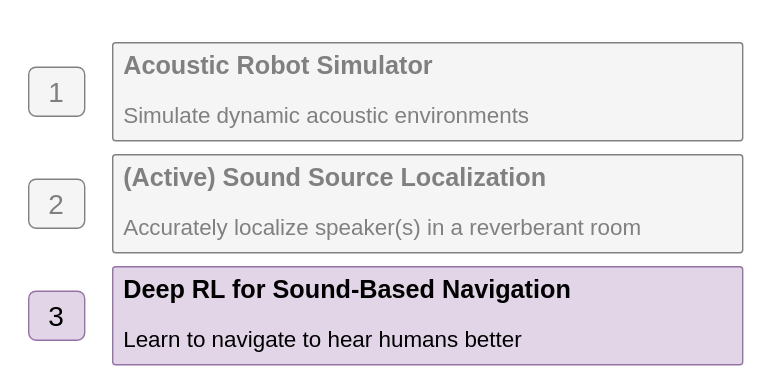
GaetanLepage/phd_defense_slides keeps this draw.io diagram as slides/4_rl/figures/outline.svg. Above is the earlier version. Source tidied: cells renumbered, new cells last; positions are measured from the earlier drawing's top-left corner, leaving out a move shared by most shapes. Source of this version:
```xml
<mxGraphModel>
  <root>
    <mxCell id="0" />
    <mxCell id="1" parent="0" />
    <mxCell id="2" style="rounded=0;whiteSpace=wrap;html=1;fontColor=default;fillColor=none;strokeColor=none;" parent="1" vertex="1">
      <mxGeometry width="560" height="280" as="geometry" />
    </mxCell>
    <mxCell id="3" value="&lt;b&gt;&lt;font style=&quot;font-size: 18px;&quot;&gt;Acoustic Robot Simulator&lt;br&gt;&lt;/font&gt;&lt;/b&gt;&lt;br&gt;&lt;font style=&quot;font-size: 16px;&quot;&gt;Simulate dynamic acoustic environments&lt;/font&gt;" style="rounded=1;whiteSpace=wrap;html=1;arcSize=3;align=left;verticalAlign=top;spacingTop=0;spacingLeft=6;fillColor=#f5f5f5;strokeColor=#808080;fontColor=#808080;" parent="1" vertex="1">
      <mxGeometry x="80" y="30" width="450" height="70" as="geometry" />
    </mxCell>
    <mxCell id="4" value="&lt;span style=&quot;font-size: 18px;&quot;&gt;&lt;b&gt;(Active) Sound Source Localization&lt;/b&gt;&lt;/span&gt;&lt;br&gt;&lt;font style=&quot;&quot;&gt;&lt;br&gt;&lt;font style=&quot;font-size: 16px;&quot;&gt;Accurately localize speaker(s) in a reverberant room&lt;/font&gt;&lt;/font&gt;" style="rounded=1;whiteSpace=wrap;html=1;arcSize=3;align=left;verticalAlign=top;spacingTop=0;spacingLeft=6;fillColor=#f5f5f5;strokeColor=#808080;fontColor=#808080;" parent="1" vertex="1">
      <mxGeometry x="80" y="110" width="450" height="70" as="geometry" />
    </mxCell>
    <mxCell id="5" value="&lt;span style=&quot;font-size: 18px;&quot;&gt;&lt;b&gt;Deep RL for Sound-Based Navigation&lt;/b&gt;&lt;/span&gt;&lt;br&gt;&lt;font style=&quot;&quot;&gt;&lt;br&gt;&lt;font style=&quot;font-size: 16px;&quot;&gt;Learn to navigate to hear humans better&lt;/font&gt;&lt;/font&gt;" style="rounded=1;whiteSpace=wrap;html=1;arcSize=3;align=left;verticalAlign=top;spacingTop=0;spacingLeft=6;fillColor=#e1d5e7;strokeColor=#9673a6;" parent="1" vertex="1">
      <mxGeometry x="80" y="190" width="450" height="70" as="geometry" />
    </mxCell>
    <mxCell id="6" value="1" style="rounded=1;whiteSpace=wrap;html=1;fontSize=20;fillColor=#f5f5f5;strokeColor=#808080;fontColor=#808080;" parent="1" vertex="1">
      <mxGeometry x="20" y="47.5" width="40" height="35" as="geometry" />
    </mxCell>
    <mxCell id="7" value="2" style="rounded=1;whiteSpace=wrap;html=1;fontSize=20;fillColor=#f5f5f5;strokeColor=#808080;fontColor=#808080;" parent="1" vertex="1">
      <mxGeometry x="20" y="127.5" width="40" height="35" as="geometry" />
    </mxCell>
    <mxCell id="8" value="3" style="rounded=1;whiteSpace=wrap;html=1;fontSize=20;fillColor=#e1d5e7;strokeColor=#9673a6;" parent="1" vertex="1">
      <mxGeometry x="20" y="207.5" width="40" height="35" as="geometry" />
    </mxCell>
  </root>
</mxGraphModel>
```
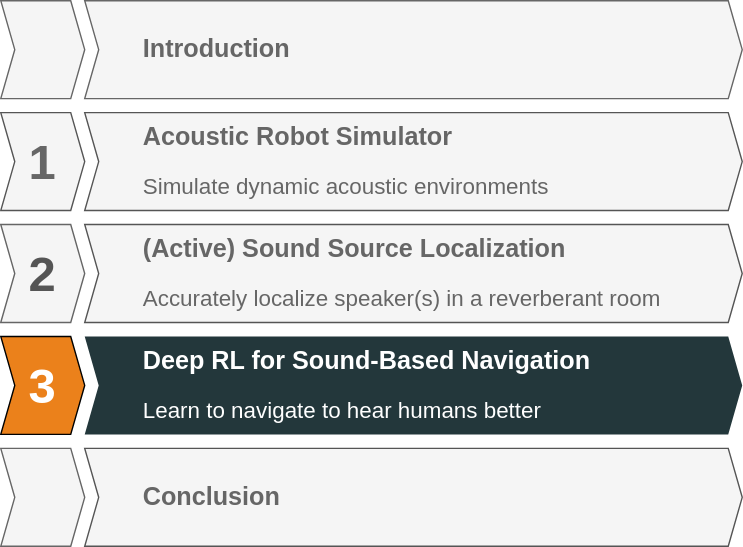
After the commit.

Diff of the diagram source:
```diff
@@ -2,26 +2,50 @@
   <root>
     <mxCell id="0" />
     <mxCell id="1" parent="0" />
-    <mxCell id="2" style="rounded=0;whiteSpace=wrap;html=1;fontColor=default;fillColor=none;strokeColor=none;" parent="1" vertex="1">
-      <mxGeometry width="560" height="280" as="geometry" />
+    <mxCell id="2" style="group;fontColor=#666666;" parent="1" vertex="1">
+      <mxGeometry x="2340" y="335" width="530" height="70" as="geometry" />
     </mxCell>
-    <mxCell id="3" value="&lt;b&gt;&lt;font style=&quot;font-size: 18px;&quot;&gt;Acoustic Robot Simulator&lt;br&gt;&lt;/font&gt;&lt;/b&gt;&lt;br&gt;&lt;font style=&quot;font-size: 16px;&quot;&gt;Simulate dynamic acoustic environments&lt;/font&gt;" style="rounded=1;whiteSpace=wrap;html=1;arcSize=3;align=left;verticalAlign=top;spacingTop=0;spacingLeft=6;fillColor=#f5f5f5;strokeColor=#808080;fontColor=#808080;" parent="1" vertex="1">
-      <mxGeometry x="80" y="30" width="450" height="70" as="geometry" />
+    <mxCell id="3" value="&lt;div style=&quot;&quot;&gt;&lt;span style=&quot;background-color: transparent; font-size: 18px;&quot;&gt;&lt;b&gt;Introduction&lt;/b&gt;&lt;/span&gt;&lt;/div&gt;" style="html=1;shadow=0;dashed=0;align=left;verticalAlign=middle;shape=mxgraph.arrows2.arrow;dy=0;dx=10;notch=10;whiteSpace=wrap;fillColor=#f5f5f5;fontColor=#666666;strokeColor=#666666;spacingLeft=40;" parent="2" vertex="1">
+      <mxGeometry x="60" width="470" height="70" as="geometry" />
     </mxCell>
-    <mxCell id="4" value="&lt;span style=&quot;font-size: 18px;&quot;&gt;&lt;b&gt;(Active) Sound Source Localization&lt;/b&gt;&lt;/span&gt;&lt;br&gt;&lt;font style=&quot;&quot;&gt;&lt;br&gt;&lt;font style=&quot;font-size: 16px;&quot;&gt;Accurately localize speaker(s) in a reverberant room&lt;/font&gt;&lt;/font&gt;" style="rounded=1;whiteSpace=wrap;html=1;arcSize=3;align=left;verticalAlign=top;spacingTop=0;spacingLeft=6;fillColor=#f5f5f5;strokeColor=#808080;fontColor=#808080;" parent="1" vertex="1">
-      <mxGeometry x="80" y="110" width="450" height="70" as="geometry" />
+    <mxCell id="4" value="&lt;div style=&quot;text-align: left;&quot;&gt;&lt;br&gt;&lt;/div&gt;" style="html=1;shadow=0;dashed=0;align=center;verticalAlign=middle;shape=mxgraph.arrows2.arrow;dy=0;dx=10;notch=10;whiteSpace=wrap;labelBackgroundColor=none;fillColor=#f5f5f5;fontColor=#333333;fontSize=35;strokeColor=#666666;" parent="2" vertex="1">
+      <mxGeometry width="60" height="70" as="geometry" />
     </mxCell>
-    <mxCell id="5" value="&lt;span style=&quot;font-size: 18px;&quot;&gt;&lt;b&gt;Deep RL for Sound-Based Navigation&lt;/b&gt;&lt;/span&gt;&lt;br&gt;&lt;font style=&quot;&quot;&gt;&lt;br&gt;&lt;font style=&quot;font-size: 16px;&quot;&gt;Learn to navigate to hear humans better&lt;/font&gt;&lt;/font&gt;" style="rounded=1;whiteSpace=wrap;html=1;arcSize=3;align=left;verticalAlign=top;spacingTop=0;spacingLeft=6;fillColor=#e1d5e7;strokeColor=#9673a6;" parent="1" vertex="1">
-      <mxGeometry x="80" y="190" width="450" height="70" as="geometry" />
+    <mxCell id="5" style="group;fontColor=#666666;" parent="1" vertex="1">
+      <mxGeometry x="2340" y="415" width="530" height="70" as="geometry" />
     </mxCell>
-    <mxCell id="6" value="1" style="rounded=1;whiteSpace=wrap;html=1;fontSize=20;fillColor=#f5f5f5;strokeColor=#808080;fontColor=#808080;" parent="1" vertex="1">
-      <mxGeometry x="20" y="47.5" width="40" height="35" as="geometry" />
+    <mxCell id="6" value="&lt;b style=&quot;text-wrap-mode: wrap;&quot;&gt;&lt;font style=&quot;font-size: 18px;&quot;&gt;Acoustic Robot Simulator&lt;br&gt;&lt;/font&gt;&lt;/b&gt;&lt;br style=&quot;text-wrap-mode: wrap;&quot;&gt;&lt;font style=&quot;text-wrap-mode: wrap; font-size: 16px;&quot;&gt;Simulate dynamic acoustic environments&lt;/font&gt;" style="html=1;shadow=0;dashed=0;align=left;verticalAlign=middle;shape=mxgraph.arrows2.arrow;dy=0;dx=10;notch=10;whiteSpace=wrap;fillColor=#f5f5f5;fontColor=#666666;strokeColor=#555555;spacingLeft=40;" parent="5" vertex="1">
+      <mxGeometry x="60" width="470" height="70" as="geometry" />
     </mxCell>
-    <mxCell id="7" value="2" style="rounded=1;whiteSpace=wrap;html=1;fontSize=20;fillColor=#f5f5f5;strokeColor=#808080;fontColor=#808080;" parent="1" vertex="1">
-      <mxGeometry x="20" y="127.5" width="40" height="35" as="geometry" />
+    <mxCell id="7" value="&lt;div style=&quot;text-align: left;&quot;&gt;&lt;span&gt;&lt;b&gt;1&lt;/b&gt;&lt;/span&gt;&lt;/div&gt;" style="html=1;shadow=0;dashed=0;align=center;verticalAlign=middle;shape=mxgraph.arrows2.arrow;dy=0;dx=10;notch=10;whiteSpace=wrap;labelBackgroundColor=none;fillColor=#f5f5f5;fontColor=#666666;fontSize=35;strokeColor=#555555;" parent="5" vertex="1">
+      <mxGeometry width="60" height="70" as="geometry" />
     </mxCell>
-    <mxCell id="8" value="3" style="rounded=1;whiteSpace=wrap;html=1;fontSize=20;fillColor=#e1d5e7;strokeColor=#9673a6;" parent="1" vertex="1">
-      <mxGeometry x="20" y="207.5" width="40" height="35" as="geometry" />
+    <mxCell id="8" style="group;fontColor=#666666;" parent="1" vertex="1">
+      <mxGeometry x="2340" y="655" width="530" height="70" as="geometry" />
     </mxCell>
+    <mxCell id="9" value="&lt;div style=&quot;&quot;&gt;&lt;span style=&quot;background-color: transparent; font-size: 18px;&quot;&gt;&lt;b&gt;Conclusion&lt;/b&gt;&lt;/span&gt;&lt;/div&gt;" style="html=1;shadow=0;dashed=0;align=left;verticalAlign=middle;shape=mxgraph.arrows2.arrow;dy=0;dx=10;notch=10;whiteSpace=wrap;fillColor=#f5f5f5;fontColor=#666666;strokeColor=#555555;spacingLeft=40;" parent="8" vertex="1">
+      <mxGeometry x="60" width="470" height="70" as="geometry" />
+    </mxCell>
+    <mxCell id="10" value="&lt;div style=&quot;text-align: left;&quot;&gt;&lt;br&gt;&lt;/div&gt;" style="html=1;shadow=0;dashed=0;align=center;verticalAlign=middle;shape=mxgraph.arrows2.arrow;dy=0;dx=10;notch=10;whiteSpace=wrap;labelBackgroundColor=none;fillColor=#f5f5f5;fontColor=#333333;fontSize=35;strokeColor=#666666;" parent="8" vertex="1">
+      <mxGeometry width="60" height="70" as="geometry" />
+    </mxCell>
+    <mxCell id="11" style="group;fontColor=#666666;" parent="1" vertex="1">
+      <mxGeometry x="2340" y="495" width="530" height="70" as="geometry" />
+    </mxCell>
+    <mxCell id="12" value="&lt;font style=&quot;&quot;&gt;&lt;span style=&quot;font-size: 18px;&quot;&gt;&lt;b style=&quot;&quot;&gt;(Active) Sound Source Localization&lt;/b&gt;&lt;/span&gt;&lt;br style=&quot;&quot;&gt;&lt;font style=&quot;&quot;&gt;&lt;br&gt;&lt;font style=&quot;font-size: 16px;&quot;&gt;Accurately localize speaker(s) in a reverberant room&lt;/font&gt;&lt;/font&gt;&lt;/font&gt;" style="html=1;shadow=0;dashed=0;align=left;verticalAlign=middle;shape=mxgraph.arrows2.arrow;dy=0;dx=10;notch=10;whiteSpace=wrap;fillColor=#f5f5f5;fontColor=#666666;strokeColor=#555555;spacingLeft=40;" parent="11" vertex="1">
+      <mxGeometry x="60" width="470" height="70" as="geometry" />
+    </mxCell>
+    <mxCell id="13" value="&lt;div style=&quot;text-align: left;&quot;&gt;&lt;span&gt;&lt;b&gt;2&lt;/b&gt;&lt;/span&gt;&lt;/div&gt;" style="html=1;shadow=0;dashed=0;align=center;verticalAlign=middle;shape=mxgraph.arrows2.arrow;dy=0;dx=10;notch=10;whiteSpace=wrap;labelBackgroundColor=none;fillColor=#f5f5f5;fontColor=#555555;fontSize=35;strokeColor=#666666;" parent="11" vertex="1">
+      <mxGeometry width="60" height="70" as="geometry" />
+    </mxCell>
+    <mxCell id="14" style="group;" parent="1" vertex="1">
+      <mxGeometry x="2340" y="575" width="530" height="70" as="geometry" />
+    </mxCell>
+    <mxCell id="15" value="&lt;font style=&quot;color: rgb(255, 255, 255);&quot;&gt;&lt;span style=&quot;font-size: 18px;&quot;&gt;&lt;b style=&quot;&quot;&gt;Deep RL for Sound-Based Navigation&lt;/b&gt;&lt;/span&gt;&lt;br style=&quot;&quot;&gt;&lt;font style=&quot;&quot;&gt;&lt;br&gt;&lt;font style=&quot;font-size: 16px;&quot;&gt;Learn to navigate to hear humans better&lt;/font&gt;&lt;/font&gt;&lt;/font&gt;" style="html=1;shadow=0;dashed=0;align=left;verticalAlign=middle;shape=mxgraph.arrows2.arrow;dy=0;dx=10;notch=10;whiteSpace=wrap;fillColor=#23373B;fontColor=#FFFFFF;strokeColor=none;spacingLeft=40;" parent="14" vertex="1">
+      <mxGeometry x="60" width="470" height="70" as="geometry" />
+    </mxCell>
+    <mxCell id="16" value="&lt;div style=&quot;text-align: left;&quot;&gt;&lt;span&gt;&lt;b&gt;3&lt;/b&gt;&lt;/span&gt;&lt;/div&gt;" style="html=1;shadow=0;dashed=0;align=center;verticalAlign=middle;shape=mxgraph.arrows2.arrow;dy=0;dx=10;notch=10;whiteSpace=wrap;labelBackgroundColor=none;fillColor=#EB811B;fontColor=#FFFFFF;fontSize=35;" parent="14" vertex="1">
+      <mxGeometry width="60" height="70" as="geometry" />
+    </mxCell>
   </root>
 </mxGraphModel>
```
